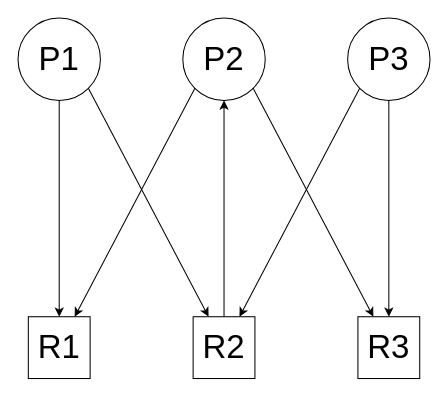
Before: page "a" (2 of 3) of images/os2/2014-k2-graf.drawio in siwiki/OS-kolokvijumi, a draw.io diagram. Source tidied: cells renumbered, new cells numbered last; positions are measured from the earlier drawing's top-left corner, leaving out a move shared by most shapes. Both pictures are drawn from the tidied source at 103%, with x=0, y=0 at pixel (18, 18).
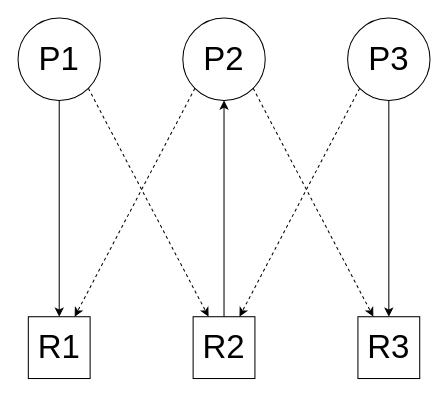
The same page after the edit.

The edit, as a diff of the source:
```diff
@@
 <mxGraphModel>
   <root>
     <mxCell id="0" />
     <mxCell id="1" parent="0" />
     <mxCell id="2" value="&lt;font style=&quot;font-size: 32px&quot;&gt;P1&lt;/font&gt;" style="ellipse;whiteSpace=wrap;html=1;" parent="1" vertex="1">
       <mxGeometry width="80" height="80" as="geometry" />
     </mxCell>
     <mxCell id="3" value="&lt;font style=&quot;font-size: 32px&quot;&gt;P2&lt;/font&gt;" style="ellipse;whiteSpace=wrap;html=1;" parent="1" vertex="1">
       <mxGeometry x="160" width="80" height="80" as="geometry" />
     </mxCell>
     <mxCell id="4" value="&lt;font style=&quot;font-size: 32px&quot;&gt;P3&lt;/font&gt;" style="ellipse;whiteSpace=wrap;html=1;" parent="1" vertex="1">
       <mxGeometry x="320" width="80" height="80" as="geometry" />
     </mxCell>
     <mxCell id="5" value="R1" style="whiteSpace=wrap;html=1;fontSize=32;" parent="1" vertex="1">
       <mxGeometry x="10" y="290" width="60" height="60" as="geometry" />
     </mxCell>
     <mxCell id="6" value="R2" style="whiteSpace=wrap;html=1;fontSize=32;" parent="1" vertex="1">
       <mxGeometry x="170" y="290" width="60" height="60" as="geometry" />
     </mxCell>
     <mxCell id="7" value="R3" style="whiteSpace=wrap;html=1;fontSize=32;" parent="1" vertex="1">
       <mxGeometry x="330" y="290" width="60" height="60" as="geometry" />
     </mxCell>
     <mxCell id="8" style="endArrow=classic;html=1;rounded=0;fontSize=32;exitX=0.5;exitY=1;exitDx=0;exitDy=0;entryX=0.5;entryY=0;entryDx=0;entryDy=0;" parent="1" edge="1" source="2" target="5">
       <mxGeometry relative="1" as="geometry" />
     </mxCell>
-    <mxCell id="9" style="endArrow=classic;html=1;rounded=0;fontSize=32;exitX=0;exitY=1;exitDx=0;exitDy=0;entryX=0.75;entryY=0;entryDx=0;entryDy=0;" parent="1" edge="1" source="3" target="5">
+    <mxCell id="9" style="endArrow=classic;html=1;rounded=0;fontSize=32;exitX=0;exitY=1;exitDx=0;exitDy=0;entryX=0.75;entryY=0;entryDx=0;entryDy=0;dashed=1;" parent="1" edge="1" source="3" target="5">
       <mxGeometry relative="1" as="geometry" />
     </mxCell>
-    <mxCell id="10" style="endArrow=classic;html=1;rounded=0;fontSize=32;exitX=1;exitY=1;exitDx=0;exitDy=0;entryX=0.25;entryY=0;entryDx=0;entryDy=0;" parent="1" edge="1" source="2" target="6">
+    <mxCell id="10" style="endArrow=classic;html=1;rounded=0;fontSize=32;exitX=1;exitY=1;exitDx=0;exitDy=0;entryX=0.25;entryY=0;entryDx=0;entryDy=0;dashed=1;" parent="1" edge="1" source="2" target="6">
       <mxGeometry relative="1" as="geometry" />
     </mxCell>
     <mxCell id="11" style="endArrow=classic;html=1;rounded=0;fontSize=32;exitX=0.5;exitY=0;exitDx=0;exitDy=0;entryX=0.5;entryY=1;entryDx=0;entryDy=0;" parent="1" edge="1" source="6" target="3">
       <mxGeometry relative="1" as="geometry" />
     </mxCell>
-    <mxCell id="12" style="endArrow=classic;html=1;rounded=0;fontSize=32;exitX=0;exitY=1;exitDx=0;exitDy=0;entryX=0.75;entryY=0;entryDx=0;entryDy=0;" parent="1" edge="1" source="4" target="6">
+    <mxCell id="12" style="endArrow=classic;html=1;rounded=0;fontSize=32;exitX=0;exitY=1;exitDx=0;exitDy=0;entryX=0.75;entryY=0;entryDx=0;entryDy=0;dashed=1;" parent="1" edge="1" source="4" target="6">
       <mxGeometry relative="1" as="geometry" />
     </mxCell>
-    <mxCell id="13" style="endArrow=classic;html=1;rounded=0;fontSize=32;exitX=1;exitY=1;exitDx=0;exitDy=0;entryX=0.25;entryY=0;entryDx=0;entryDy=0;" parent="1" edge="1" source="3" target="7">
+    <mxCell id="13" style="endArrow=classic;html=1;rounded=0;fontSize=32;exitX=1;exitY=1;exitDx=0;exitDy=0;entryX=0.25;entryY=0;entryDx=0;entryDy=0;dashed=1;" parent="1" edge="1" source="3" target="7">
       <mxGeometry relative="1" as="geometry" />
     </mxCell>
     <mxCell id="14" style="endArrow=classic;html=1;rounded=0;fontSize=32;exitX=0.5;exitY=1;exitDx=0;exitDy=0;entryX=0.5;entryY=0;entryDx=0;entryDy=0;" parent="1" edge="1" source="4" target="7">
       <mxGeometry relative="1" as="geometry" />
     </mxCell>
   </root>
 </mxGraphModel>
```
